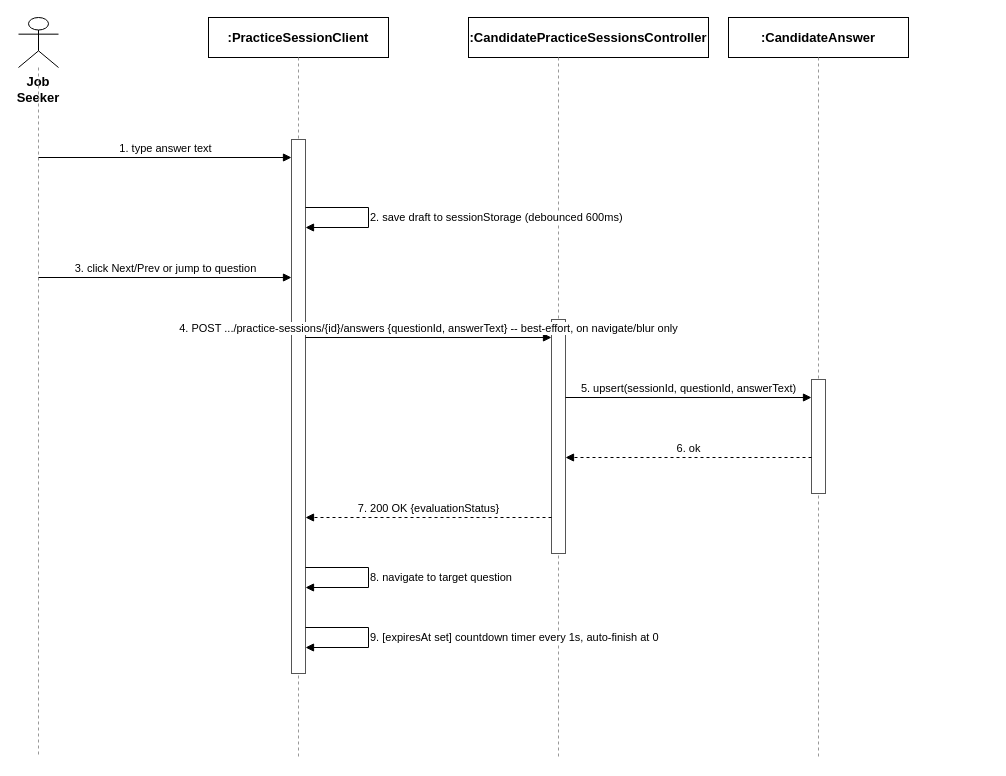
This is docs/qa/Tu_SequenceDiagram/06_Answer_Questions_and_Navigate.drawio from tulklk/AI_Interview_Question_Generation_RAG_LLM_FE, a draw.io file, before an edit. Source tidied: cells renumbered, new cells numbered last; positions are measured from the earlier drawing's top-left corner, leaving out a move shared by most shapes. Both pictures are drawn from the tidied source at 100%, with x=0, y=0 at pixel (18, 17).
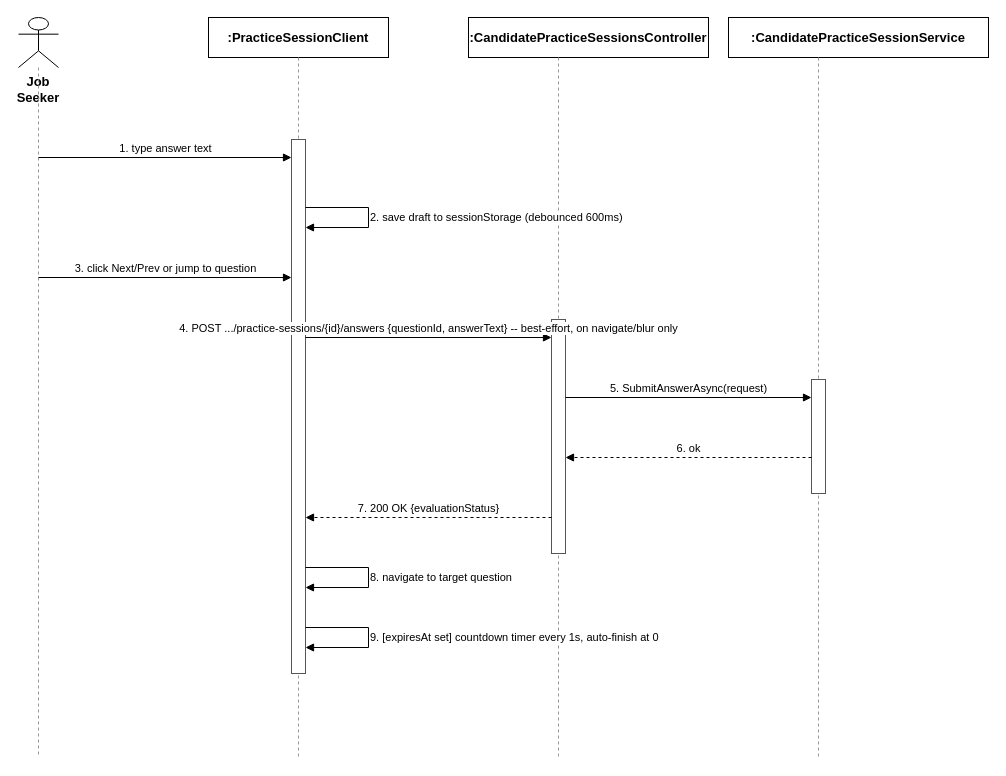
Above is the later version.

Change to the diagram source:
```diff
@@
-    <mxCell id="8" value=":CandidateAnswer" style="rounded=0;whiteSpace=wrap;html=1;fontSize=13;fillColor=#ffffff;strokeColor=#000000;fontStyle=1;" parent="1" vertex="1">
-      <mxGeometry x="710" width="180" height="40" as="geometry" />
+    <mxCell id="8" value=":CandidatePracticeSessionService" style="rounded=0;whiteSpace=wrap;html=1;fontSize=13;fillColor=#ffffff;strokeColor=#000000;fontStyle=1;" parent="1" vertex="1">
+      <mxGeometry x="710" width="260" height="40" as="geometry" />
     </mxCell>
@@
-    <mxCell id="17" value="5. upsert(sessionId, questionId, answerText)" style="endArrow=block;endFill=1;html=1;fontSize=11;align=center;verticalAlign=bottom;labelBackgroundColor=#ffffff;strokeColor=#000000;" parent="1" edge="1">
+    <mxCell id="17" value="5. SubmitAnswerAsync(request)" style="endArrow=block;endFill=1;html=1;fontSize=11;align=center;verticalAlign=bottom;labelBackgroundColor=#ffffff;strokeColor=#000000;" parent="1" edge="1">
       <mxGeometry relative="1" as="geometry">
         <mxPoint x="547" y="380" as="sourcePoint" />
         <mxPoint x="793" y="380" as="targetPoint" />
       </mxGeometry>
     </mxCell>
```
